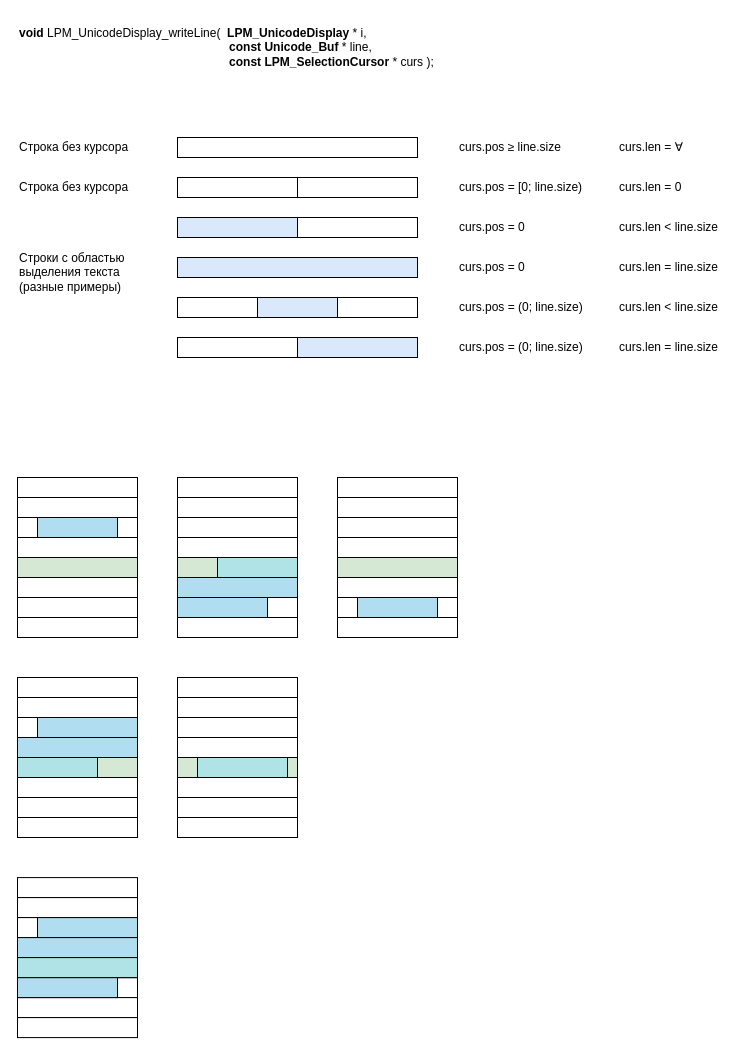
This is page "Обновление строки" (6 of 7) of _Doc/LPM_class_component_diagram.drawio from Teslatec/LPM_Editor, a draw.io file, before an edit. Source tidied: cells renumbered, new cells numbered last; positions are measured from the earlier drawing's top-left corner, leaving out a move shared by most shapes. Both pictures are drawn from the tidied source at 100%, with x=0, y=0 at pixel (17, 17).
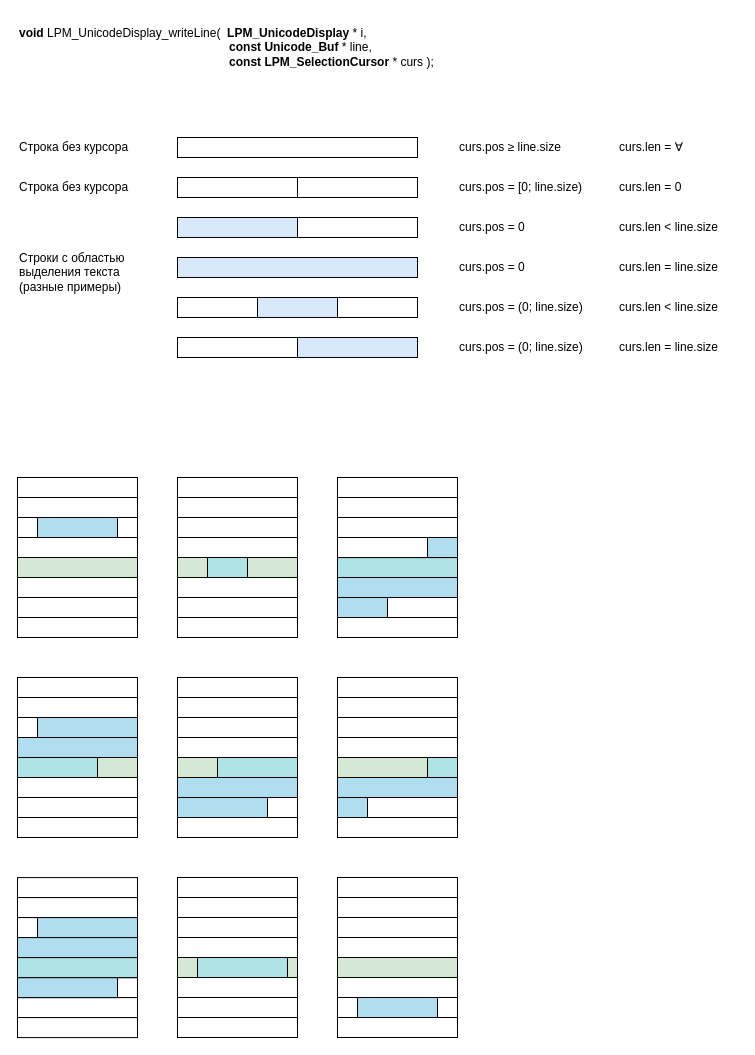
After the change.

Change to the diagram source:
```diff
@@
     <mxCell id="39" style="rounded=0;whiteSpace=wrap;html=1;" parent="1" vertex="1">
-      <mxGeometry x="320" y="460" width="120" height="20" as="geometry" />
+      <mxGeometry x="320" y="860" width="120" height="20" as="geometry" />
     </mxCell>
     <mxCell id="40" style="rounded=0;whiteSpace=wrap;html=1;" parent="1" vertex="1">
-      <mxGeometry x="320" y="480" width="120" height="20" as="geometry" />
+      <mxGeometry x="320" y="880" width="120" height="20" as="geometry" />
     </mxCell>
     <mxCell id="41" style="rounded=0;whiteSpace=wrap;html=1;" parent="1" vertex="1">
-      <mxGeometry x="320" y="500" width="120" height="20" as="geometry" />
+      <mxGeometry x="320" y="900" width="120" height="20" as="geometry" />
     </mxCell>
     <mxCell id="42" style="rounded=0;whiteSpace=wrap;html=1;" parent="1" vertex="1">
-      <mxGeometry x="320" y="520" width="120" height="20" as="geometry" />
+      <mxGeometry x="320" y="920" width="120" height="20" as="geometry" />
     </mxCell>
     <mxCell id="43" style="rounded=0;whiteSpace=wrap;html=1;" parent="1" vertex="1">
-      <mxGeometry x="320" y="540" width="120" height="20" as="geometry" />
+      <mxGeometry x="320" y="940" width="120" height="20" as="geometry" />
     </mxCell>
     <mxCell id="44" style="rounded=0;whiteSpace=wrap;html=1;" parent="1" vertex="1">
-      <mxGeometry x="320" y="560" width="120" height="20" as="geometry" />
+      <mxGeometry x="320" y="960" width="120" height="20" as="geometry" />
     </mxCell>
     <mxCell id="45" style="rounded=0;whiteSpace=wrap;html=1;" parent="1" vertex="1">
-      <mxGeometry x="320" y="580" width="120" height="20" as="geometry" />
+      <mxGeometry x="320" y="980" width="120" height="20" as="geometry" />
     </mxCell>
     <mxCell id="46" style="rounded=0;whiteSpace=wrap;html=1;" parent="1" vertex="1">
-      <mxGeometry x="320" y="600" width="120" height="20" as="geometry" />
+      <mxGeometry x="320" y="1000" width="120" height="20" as="geometry" />
     </mxCell>
     <mxCell id="47" style="rounded=0;whiteSpace=wrap;html=1;fillColor=#d5e8d4;strokeColor=#000000;" parent="1" vertex="1">
-      <mxGeometry x="320" y="540" width="120" height="20" as="geometry" />
+      <mxGeometry x="320" y="940" width="120" height="20" as="geometry" />
     </mxCell>
     <mxCell id="48" style="rounded=0;whiteSpace=wrap;html=1;fillColor=#b1ddf0;strokeColor=#000000;" parent="1" vertex="1">
-      <mxGeometry x="340" y="580" width="80" height="20" as="geometry" />
+      <mxGeometry x="340" y="980" width="80" height="20" as="geometry" />
     </mxCell>
@@
     <mxCell id="74" style="rounded=0;whiteSpace=wrap;html=1;" parent="1" vertex="1">
-      <mxGeometry x="160" y="460" width="120" height="20" as="geometry" />
+      <mxGeometry x="160" y="660" width="120" height="20" as="geometry" />
     </mxCell>
     <mxCell id="75" style="rounded=0;whiteSpace=wrap;html=1;" parent="1" vertex="1">
-      <mxGeometry x="160" y="480" width="120" height="20" as="geometry" />
+      <mxGeometry x="160" y="680" width="120" height="20" as="geometry" />
     </mxCell>
     <mxCell id="76" style="rounded=0;whiteSpace=wrap;html=1;" parent="1" vertex="1">
-      <mxGeometry x="160" y="500" width="120" height="20" as="geometry" />
+      <mxGeometry x="160" y="700" width="120" height="20" as="geometry" />
     </mxCell>
     <mxCell id="77" style="rounded=0;whiteSpace=wrap;html=1;" parent="1" vertex="1">
-      <mxGeometry x="160" y="520" width="120" height="20" as="geometry" />
+      <mxGeometry x="160" y="720" width="120" height="20" as="geometry" />
     </mxCell>
     <mxCell id="78" style="rounded=0;whiteSpace=wrap;html=1;" parent="1" vertex="1">
-      <mxGeometry x="160" y="540" width="120" height="20" as="geometry" />
+      <mxGeometry x="160" y="740" width="120" height="20" as="geometry" />
     </mxCell>
     <mxCell id="79" style="rounded=0;whiteSpace=wrap;html=1;" parent="1" vertex="1">
-      <mxGeometry x="160" y="560" width="120" height="20" as="geometry" />
+      <mxGeometry x="160" y="760" width="120" height="20" as="geometry" />
     </mxCell>
     <mxCell id="80" style="rounded=0;whiteSpace=wrap;html=1;" parent="1" vertex="1">
-      <mxGeometry x="160" y="580" width="120" height="20" as="geometry" />
+      <mxGeometry x="160" y="780" width="120" height="20" as="geometry" />
     </mxCell>
     <mxCell id="81" style="rounded=0;whiteSpace=wrap;html=1;" parent="1" vertex="1">
-      <mxGeometry x="160" y="600" width="120" height="20" as="geometry" />
+      <mxGeometry x="160" y="800" width="120" height="20" as="geometry" />
     </mxCell>
     <mxCell id="82" style="rounded=0;whiteSpace=wrap;html=1;fillColor=#d5e8d4;strokeColor=#000000;" parent="1" vertex="1">
-      <mxGeometry x="160" y="540" width="120" height="20" as="geometry" />
+      <mxGeometry x="160" y="740" width="120" height="20" as="geometry" />
     </mxCell>
     <mxCell id="83" style="rounded=0;whiteSpace=wrap;html=1;fillColor=#b1ddf0;strokeColor=#000000;" parent="1" vertex="1">
-      <mxGeometry x="160" y="580" width="90" height="20" as="geometry" />
+      <mxGeometry x="160" y="780" width="90" height="20" as="geometry" />
     </mxCell>
     <mxCell id="84" style="rounded=0;whiteSpace=wrap;html=1;fillColor=#b1ddf0;strokeColor=#000000;" parent="1" vertex="1">
-      <mxGeometry x="160" y="560" width="120" height="20" as="geometry" />
+      <mxGeometry x="160" y="760" width="120" height="20" as="geometry" />
     </mxCell>
     <mxCell id="85" style="rounded=0;whiteSpace=wrap;html=1;fillColor=#b0e3e6;strokeColor=#000000;" parent="1" vertex="1">
-      <mxGeometry x="200" y="540" width="80" height="20" as="geometry" />
+      <mxGeometry x="200" y="740" width="80" height="20" as="geometry" />
     </mxCell>
     <mxCell id="86" style="rounded=0;whiteSpace=wrap;html=1;" parent="1" vertex="1">
-      <mxGeometry x="160" y="660" width="120" height="20" as="geometry" />
+      <mxGeometry x="160" y="860" width="120" height="20" as="geometry" />
     </mxCell>
     <mxCell id="87" style="rounded=0;whiteSpace=wrap;html=1;" parent="1" vertex="1">
-      <mxGeometry x="160" y="680" width="120" height="20" as="geometry" />
+      <mxGeometry x="160" y="880" width="120" height="20" as="geometry" />
     </mxCell>
     <mxCell id="88" style="rounded=0;whiteSpace=wrap;html=1;" parent="1" vertex="1">
-      <mxGeometry x="160" y="700" width="120" height="20" as="geometry" />
+      <mxGeometry x="160" y="900" width="120" height="20" as="geometry" />
     </mxCell>
     <mxCell id="89" style="rounded=0;whiteSpace=wrap;html=1;" parent="1" vertex="1">
-      <mxGeometry x="160" y="720" width="120" height="20" as="geometry" />
+      <mxGeometry x="160" y="920" width="120" height="20" as="geometry" />
     </mxCell>
     <mxCell id="90" style="rounded=0;whiteSpace=wrap;html=1;" parent="1" vertex="1">
-      <mxGeometry x="160" y="740" width="120" height="20" as="geometry" />
+      <mxGeometry x="160" y="940" width="120" height="20" as="geometry" />
     </mxCell>
     <mxCell id="91" style="rounded=0;whiteSpace=wrap;html=1;" parent="1" vertex="1">
-      <mxGeometry x="160" y="760" width="120" height="20" as="geometry" />
+      <mxGeometry x="160" y="960" width="120" height="20" as="geometry" />
     </mxCell>
     <mxCell id="92" style="rounded=0;whiteSpace=wrap;html=1;" parent="1" vertex="1">
-      <mxGeometry x="160" y="780" width="120" height="20" as="geometry" />
+      <mxGeometry x="160" y="980" width="120" height="20" as="geometry" />
     </mxCell>
     <mxCell id="93" style="rounded=0;whiteSpace=wrap;html=1;" parent="1" vertex="1">
-      <mxGeometry x="160" y="800" width="120" height="20" as="geometry" />
+      <mxGeometry x="160" y="1000" width="120" height="20" as="geometry" />
     </mxCell>
     <mxCell id="94" style="rounded=0;whiteSpace=wrap;html=1;fillColor=#d5e8d4;strokeColor=#000000;" parent="1" vertex="1">
-      <mxGeometry x="160" y="740" width="120" height="20" as="geometry" />
+      <mxGeometry x="160" y="940" width="120" height="20" as="geometry" />
     </mxCell>
     <mxCell id="95" style="rounded=0;whiteSpace=wrap;html=1;fillColor=#b0e3e6;strokeColor=#000000;" parent="1" vertex="1">
-      <mxGeometry x="180" y="740" width="90" height="20" as="geometry" />
+      <mxGeometry x="180" y="940" width="90" height="20" as="geometry" />
     </mxCell>
+    <mxCell id="96" style="rounded=0;whiteSpace=wrap;html=1;" parent="1" vertex="1">
+      <mxGeometry x="160" y="460" width="120" height="20" as="geometry" />
+    </mxCell>
+    <mxCell id="97" style="rounded=0;whiteSpace=wrap;html=1;" parent="1" vertex="1">
+      <mxGeometry x="160" y="480" width="120" height="20" as="geometry" />
+    </mxCell>
+    <mxCell id="98" style="rounded=0;whiteSpace=wrap;html=1;" parent="1" vertex="1">
+      <mxGeometry x="160" y="500" width="120" height="20" as="geometry" />
+    </mxCell>
+    <mxCell id="99" style="rounded=0;whiteSpace=wrap;html=1;" parent="1" vertex="1">
+      <mxGeometry x="160" y="520" width="120" height="20" as="geometry" />
+    </mxCell>
+    <mxCell id="100" style="rounded=0;whiteSpace=wrap;html=1;" parent="1" vertex="1">
+      <mxGeometry x="160" y="540" width="120" height="20" as="geometry" />
+    </mxCell>
+    <mxCell id="101" style="rounded=0;whiteSpace=wrap;html=1;" parent="1" vertex="1">
+      <mxGeometry x="160" y="560" width="120" height="20" as="geometry" />
+    </mxCell>
+    <mxCell id="102" style="rounded=0;whiteSpace=wrap;html=1;" parent="1" vertex="1">
+      <mxGeometry x="160" y="580" width="120" height="20" as="geometry" />
+    </mxCell>
+    <mxCell id="103" style="rounded=0;whiteSpace=wrap;html=1;" parent="1" vertex="1">
+      <mxGeometry x="160" y="600" width="120" height="20" as="geometry" />
+    </mxCell>
+    <mxCell id="104" style="rounded=0;whiteSpace=wrap;html=1;fillColor=#d5e8d4;strokeColor=#000000;" parent="1" vertex="1">
+      <mxGeometry x="160" y="540" width="120" height="20" as="geometry" />
+    </mxCell>
+    <mxCell id="105" style="rounded=0;whiteSpace=wrap;html=1;fillColor=#b0e3e6;strokeColor=#000000;" parent="1" vertex="1">
+      <mxGeometry x="190" y="540" width="40" height="20" as="geometry" />
+    </mxCell>
+    <mxCell id="106" style="rounded=0;whiteSpace=wrap;html=1;" parent="1" vertex="1">
+      <mxGeometry x="320" y="660" width="120" height="20" as="geometry" />
+    </mxCell>
+    <mxCell id="107" style="rounded=0;whiteSpace=wrap;html=1;" parent="1" vertex="1">
+      <mxGeometry x="320" y="680" width="120" height="20" as="geometry" />
+    </mxCell>
+    <mxCell id="108" style="rounded=0;whiteSpace=wrap;html=1;" parent="1" vertex="1">
+      <mxGeometry x="320" y="700" width="120" height="20" as="geometry" />
+    </mxCell>
+    <mxCell id="109" style="rounded=0;whiteSpace=wrap;html=1;" parent="1" vertex="1">
+      <mxGeometry x="320" y="720" width="120" height="20" as="geometry" />
+    </mxCell>
+    <mxCell id="110" style="rounded=0;whiteSpace=wrap;html=1;" parent="1" vertex="1">
+      <mxGeometry x="320" y="740" width="120" height="20" as="geometry" />
+    </mxCell>
+    <mxCell id="111" style="rounded=0;whiteSpace=wrap;html=1;" parent="1" vertex="1">
+      <mxGeometry x="320" y="760" width="120" height="20" as="geometry" />
+    </mxCell>
+    <mxCell id="112" style="rounded=0;whiteSpace=wrap;html=1;" parent="1" vertex="1">
+      <mxGeometry x="320" y="780" width="120" height="20" as="geometry" />
+    </mxCell>
+    <mxCell id="113" style="rounded=0;whiteSpace=wrap;html=1;" parent="1" vertex="1">
+      <mxGeometry x="320" y="800" width="120" height="20" as="geometry" />
+    </mxCell>
+    <mxCell id="114" style="rounded=0;whiteSpace=wrap;html=1;fillColor=#d5e8d4;strokeColor=#000000;" parent="1" vertex="1">
+      <mxGeometry x="320" y="740" width="120" height="20" as="geometry" />
+    </mxCell>
+    <mxCell id="115" style="rounded=0;whiteSpace=wrap;html=1;fillColor=#b1ddf0;strokeColor=#000000;" parent="1" vertex="1">
+      <mxGeometry x="320" y="780" width="30" height="20" as="geometry" />
+    </mxCell>
+    <mxCell id="116" style="rounded=0;whiteSpace=wrap;html=1;" parent="1" vertex="1">
+      <mxGeometry x="320" y="460" width="120" height="20" as="geometry" />
+    </mxCell>
+    <mxCell id="117" style="rounded=0;whiteSpace=wrap;html=1;" parent="1" vertex="1">
+      <mxGeometry x="320" y="480" width="120" height="20" as="geometry" />
+    </mxCell>
+    <mxCell id="118" style="rounded=0;whiteSpace=wrap;html=1;" parent="1" vertex="1">
+      <mxGeometry x="320" y="500" width="120" height="20" as="geometry" />
+    </mxCell>
+    <mxCell id="119" style="rounded=0;whiteSpace=wrap;html=1;" parent="1" vertex="1">
+      <mxGeometry x="320" y="520" width="120" height="20" as="geometry" />
+    </mxCell>
+    <mxCell id="120" style="rounded=0;whiteSpace=wrap;html=1;" parent="1" vertex="1">
+      <mxGeometry x="320" y="540" width="120" height="20" as="geometry" />
+    </mxCell>
+    <mxCell id="121" style="rounded=0;whiteSpace=wrap;html=1;" parent="1" vertex="1">
+      <mxGeometry x="320" y="560" width="120" height="20" as="geometry" />
+    </mxCell>
+    <mxCell id="122" style="rounded=0;whiteSpace=wrap;html=1;" parent="1" vertex="1">
+      <mxGeometry x="320" y="580" width="120" height="20" as="geometry" />
+    </mxCell>
+    <mxCell id="123" style="rounded=0;whiteSpace=wrap;html=1;" parent="1" vertex="1">
+      <mxGeometry x="320" y="600" width="120" height="20" as="geometry" />
+    </mxCell>
+    <mxCell id="124" style="rounded=0;whiteSpace=wrap;html=1;fillColor=#d5e8d4;strokeColor=#000000;" parent="1" vertex="1">
+      <mxGeometry x="320" y="540" width="120" height="20" as="geometry" />
+    </mxCell>
+    <mxCell id="125" style="rounded=0;whiteSpace=wrap;html=1;fillColor=#b1ddf0;strokeColor=#000000;" parent="1" vertex="1">
+      <mxGeometry x="320" y="580" width="50" height="20" as="geometry" />
+    </mxCell>
+    <mxCell id="126" style="rounded=0;whiteSpace=wrap;html=1;fillColor=#b1ddf0;strokeColor=#000000;" parent="1" vertex="1">
+      <mxGeometry x="320" y="760" width="120" height="20" as="geometry" />
+    </mxCell>
+    <mxCell id="127" style="rounded=0;whiteSpace=wrap;html=1;fillColor=#b0e3e6;strokeColor=#000000;" parent="1" vertex="1">
+      <mxGeometry x="410" y="740" width="30" height="20" as="geometry" />
+    </mxCell>
+    <mxCell id="128" style="rounded=0;whiteSpace=wrap;html=1;fillColor=#b0e3e6;strokeColor=#000000;" parent="1" vertex="1">
+      <mxGeometry x="320" y="540.1" width="120" height="20" as="geometry" />
+    </mxCell>
+    <mxCell id="129" style="rounded=0;whiteSpace=wrap;html=1;fillColor=#b1ddf0;strokeColor=#000000;" parent="1" vertex="1">
+      <mxGeometry x="320" y="560" width="120" height="20" as="geometry" />
+    </mxCell>
+    <mxCell id="130" style="rounded=0;whiteSpace=wrap;html=1;fillColor=#b1ddf0;strokeColor=#000000;" parent="1" vertex="1">
+      <mxGeometry x="410" y="520" width="30" height="20" as="geometry" />
+    </mxCell>
```
